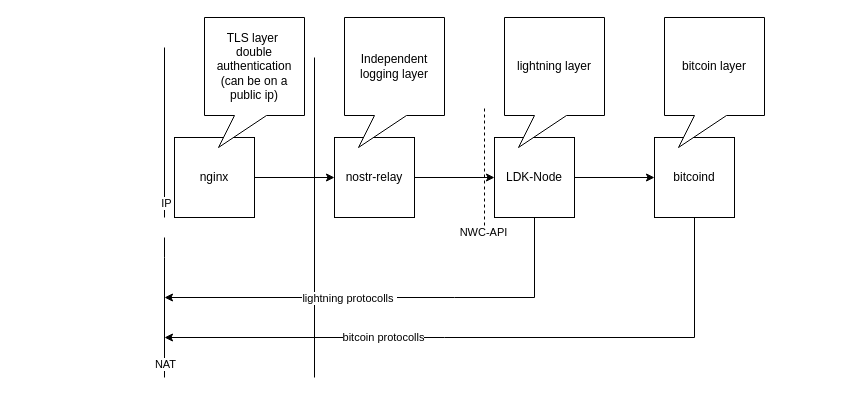
Before: Wallet.drawio in dukeh3/openark, a draw.io diagram. Source tidied: cells renumbered, new cells numbered last; positions are measured from the earlier drawing's top-left corner, leaving out a move shared by most shapes. Both pictures are drawn from the tidied source at 100%, with x=0, y=0 at pixel (164, 17).
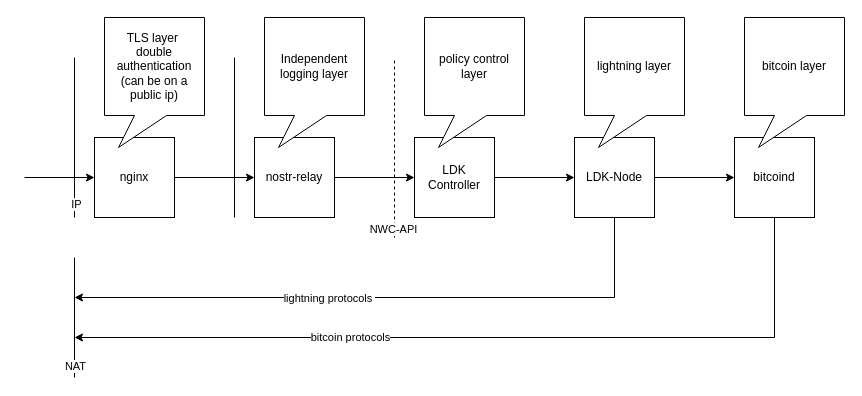
After the change.

Diff of the diagram source:
```diff
@@
     <mxCell id="2" value="LDK-Node" style="rounded=0;whiteSpace=wrap;html=1;" parent="1" vertex="1">
-      <mxGeometry x="330" y="120" width="80" height="80" as="geometry" />
+      <mxGeometry x="410" y="120" width="80" height="80" as="geometry" />
     </mxCell>
     <mxCell id="3" value="nostr-relay" style="whiteSpace=wrap;html=1;" parent="1" vertex="1">
-      <mxGeometry x="170" y="120" width="80" height="80" as="geometry" />
+      <mxGeometry x="90" y="120" width="80" height="80" as="geometry" />
     </mxCell>
     <mxCell id="4" style="endArrow=none;dashed=1;html=1;rounded=0;" parent="1" edge="1">
       <mxGeometry relative="1" as="geometry">
-        <mxPoint x="320" y="220" as="sourcePoint" />
-        <mxPoint x="320" y="90" as="targetPoint" />
+        <mxPoint x="230" y="220" as="sourcePoint" />
+        <mxPoint x="230" y="40" as="targetPoint" />
       </mxGeometry>
     </mxCell>
@@
     <mxCell id="6" value="nginx" style="whiteSpace=wrap;html=1;" parent="1" vertex="1">
-      <mxGeometry x="10" y="120" width="80" height="80" as="geometry" />
+      <mxGeometry x="-70" y="120" width="80" height="80" as="geometry" />
     </mxCell>
     <mxCell id="7" value="bitcoind" style="whiteSpace=wrap;html=1;" parent="1" vertex="1">
-      <mxGeometry x="490" y="120" width="80" height="80" as="geometry" />
+      <mxGeometry x="570" y="120" width="80" height="80" as="geometry" />
     </mxCell>
@@
-    <mxCell id="9" style="endArrow=classic;html=1;rounded=0;exitX=1;exitY=0.5;exitDx=0;exitDy=0;entryX=0;entryY=0.5;entryDx=0;entryDy=0;" parent="1" edge="1" source="3" target="2">
+    <mxCell id="9" style="endArrow=classic;html=1;rounded=0;exitX=1;exitY=0.5;exitDx=0;exitDy=0;entryX=0;entryY=0.5;entryDx=0;entryDy=0;" parent="1" edge="1" source="3" target="25">
       <mxGeometry relative="1" as="geometry" />
     </mxCell>
     <mxCell id="10" style="endArrow=none;html=1;rounded=0;" parent="1" edge="1">
       <mxGeometry relative="1" as="geometry">
-        <mxPoint y="360" as="sourcePoint" />
-        <mxPoint y="220" as="targetPoint" />
+        <mxPoint x="-90" y="360" as="sourcePoint" />
+        <mxPoint x="-90" y="240" as="targetPoint" />
         <Array as="points">
-          <mxPoint y="240" />
+          <mxPoint x="-90" y="240" />
         </Array>
       </mxGeometry>
     </mxCell>
@@
     <mxCell id="13" value="TLS layer&amp;nbsp;&lt;br&gt;double authentication&lt;br&gt;(can be on a public ip)" style="whiteSpace=wrap;html=1;shape=mxgraph.basic.rectCallout;dx=46;dy=32;boundedLbl=1;rotation=0;" parent="1" vertex="1">
-      <mxGeometry x="40" width="100" height="130" as="geometry" />
+      <mxGeometry x="-60" width="100" height="130" as="geometry" />
     </mxCell>
     <mxCell id="14" value="Independent logging layer" style="whiteSpace=wrap;html=1;shape=mxgraph.basic.rectCallout;dx=46;dy=32;boundedLbl=1;rotation=0;" parent="1" vertex="1">
-      <mxGeometry x="180" width="100" height="130" as="geometry" />
+      <mxGeometry x="100" width="100" height="130" as="geometry" />
     </mxCell>
     <mxCell id="15" value="lightning layer" style="whiteSpace=wrap;html=1;shape=mxgraph.basic.rectCallout;dx=46;dy=32;boundedLbl=1;rotation=0;" parent="1" vertex="1">
-      <mxGeometry x="340" width="100" height="130" as="geometry" />
+      <mxGeometry x="420" width="100" height="130" as="geometry" />
     </mxCell>
     <mxCell id="16" style="endArrow=none;html=1;rounded=0;" parent="1" edge="1">
       <mxGeometry relative="1" as="geometry">
-        <mxPoint x="150" y="360" as="sourcePoint" />
-        <mxPoint x="150" y="40" as="targetPoint" />
+        <mxPoint x="70" y="200" as="sourcePoint" />
+        <mxPoint x="70" y="40" as="targetPoint" />
       </mxGeometry>
     </mxCell>
     <mxCell id="17" style="endArrow=classic;html=1;rounded=0;exitX=0.5;exitY=1;exitDx=0;exitDy=0;" parent="1" edge="1" source="7">
       <mxGeometry relative="1" as="geometry">
-        <mxPoint y="320" as="targetPoint" />
+        <mxPoint x="-90" y="320" as="targetPoint" />
         <Array as="points">
-          <mxPoint x="530" y="320" />
-          <mxPoint x="280" y="320" />
+          <mxPoint x="610" y="320" />
+          <mxPoint x="200" y="320" />
         </Array>
       </mxGeometry>
     </mxCell>
-    <mxCell id="18" value="bitcoin protocolls" style="edgeLabel;html=1;align=center;verticalAlign=middle;" parent="17" vertex="1">
+    <mxCell id="18" value="bitcoin protocols" style="edgeLabel;html=1;align=center;verticalAlign=middle;" parent="17" vertex="1">
       <mxGeometry x="0.33" y="-1" relative="1" as="geometry" />
     </mxCell>
     <mxCell id="19" style="endArrow=none;html=1;rounded=0;" parent="1" edge="1">
       <mxGeometry relative="1" as="geometry">
-        <mxPoint y="200" as="sourcePoint" />
-        <mxPoint y="30" as="targetPoint" />
+        <mxPoint x="-90" y="200" as="sourcePoint" />
+        <mxPoint x="-90" y="40" as="targetPoint" />
       </mxGeometry>
     </mxCell>
@@
     <mxCell id="21" value="bitcoin layer" style="whiteSpace=wrap;html=1;shape=mxgraph.basic.rectCallout;dx=46;dy=32;boundedLbl=1;rotation=0;" parent="1" vertex="1">
-      <mxGeometry x="500" width="100" height="130" as="geometry" />
+      <mxGeometry x="580" width="100" height="130" as="geometry" />
     </mxCell>
     <mxCell id="22" style="endArrow=classic;html=1;rounded=0;exitX=0.5;exitY=1;exitDx=0;exitDy=0;" parent="1" edge="1" source="2">
       <mxGeometry relative="1" as="geometry">
-        <mxPoint y="280" as="targetPoint" />
+        <mxPoint x="-90" y="280" as="targetPoint" />
         <Array as="points">
-          <mxPoint x="370" y="280" />
-          <mxPoint x="290" y="280" />
+          <mxPoint x="450" y="280" />
+          <mxPoint x="210" y="280" />
         </Array>
       </mxGeometry>
     </mxCell>
-    <mxCell id="23" value="lightning protocolls&amp;nbsp;" style="edgeLabel;html=1;align=center;verticalAlign=middle;" parent="22" vertex="1">
+    <mxCell id="23" value="lightning protocols&amp;nbsp;" style="edgeLabel;html=1;align=center;verticalAlign=middle;" parent="22" vertex="1">
       <mxGeometry x="0.18" relative="1" as="geometry" />
     </mxCell>
+    <mxCell id="24" style="endArrow=classic;html=1;rounded=0;entryX=0;entryY=0.5;entryDx=0;entryDy=0;" parent="1" edge="1" target="6">
+      <mxGeometry relative="1" as="geometry">
+        <mxPoint x="-140" y="160" as="sourcePoint" />
+      </mxGeometry>
+    </mxCell>
+    <mxCell id="25" value="LDK Controller" style="rounded=0;whiteSpace=wrap;html=1;" parent="1" vertex="1">
+      <mxGeometry x="250" y="120" width="80" height="80" as="geometry" />
+    </mxCell>
+    <mxCell id="26" style="endArrow=classic;html=1;rounded=0;exitX=1;exitY=0.5;exitDx=0;exitDy=0;entryX=0;entryY=0.5;entryDx=0;entryDy=0;" parent="1" edge="1" source="25" target="2">
+      <mxGeometry relative="1" as="geometry" />
+    </mxCell>
+    <mxCell id="27" value="policy control layer" style="whiteSpace=wrap;html=1;shape=mxgraph.basic.rectCallout;dx=46;dy=32;boundedLbl=1;rotation=0;" parent="1" vertex="1">
+      <mxGeometry x="260" width="100" height="130" as="geometry" />
+    </mxCell>
```
